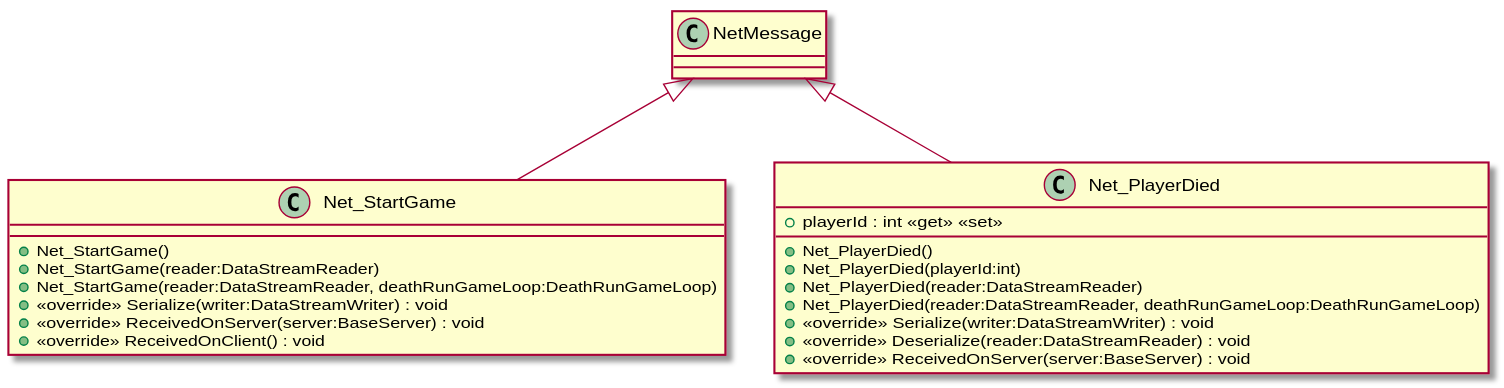
Before: UML/Network/Shared/Net_StartGame.svg, a diagram exported from PlantUML (McYvar/NetworkProgramming). The source it was exported from:
```plantuml
@startuml
class Net_StartGame {
    + Net_StartGame()
    + Net_StartGame(reader:DataStreamReader)
    + Net_StartGame(reader:DataStreamReader, deathRunGameLoop:DeathRunGameLoop)
    + <<override>> Serialize(writer:DataStreamWriter) : void
    + <<override>> ReceivedOnServer(server:BaseServer) : void
    + <<override>> ReceivedOnClient() : void
}
class Net_PlayerDied {
    + playerId : int <<get>> <<set>>
    + Net_PlayerDied()
    + Net_PlayerDied(playerId:int)
    + Net_PlayerDied(reader:DataStreamReader)
    + Net_PlayerDied(reader:DataStreamReader, deathRunGameLoop:DeathRunGameLoop)
    + <<override>> Serialize(writer:DataStreamWriter) : void
    + <<override>> Deserialize(reader:DataStreamReader) : void
    + <<override>> ReceivedOnServer(server:BaseServer) : void
}
NetMessage <|-- Net_StartGame
NetMessage <|-- Net_PlayerDied
@enduml
```
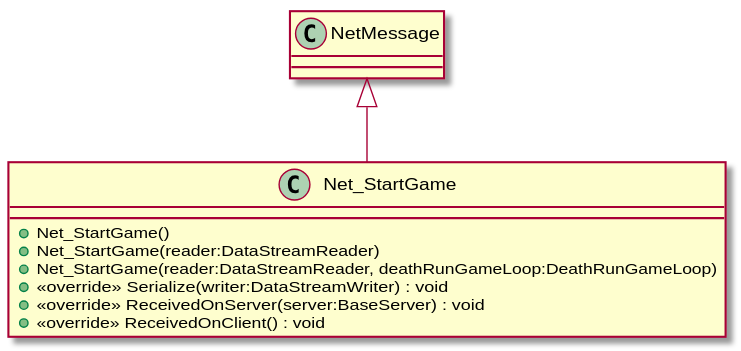
The same diagram one commit later.

Change to the diagram source:
```diff
@@ -7,16 +7,5 @@
     + <<override>> ReceivedOnServer(server:BaseServer) : void
     + <<override>> ReceivedOnClient() : void
 }
-class Net_PlayerDied {
-    + playerId : int <<get>> <<set>>
-    + Net_PlayerDied()
-    + Net_PlayerDied(playerId:int)
-    + Net_PlayerDied(reader:DataStreamReader)
-    + Net_PlayerDied(reader:DataStreamReader, deathRunGameLoop:DeathRunGameLoop)
-    + <<override>> Serialize(writer:DataStreamWriter) : void
-    + <<override>> Deserialize(reader:DataStreamReader) : void
-    + <<override>> ReceivedOnServer(server:BaseServer) : void
-}
 NetMessage <|-- Net_StartGame
-NetMessage <|-- Net_PlayerDied
 @enduml
```
